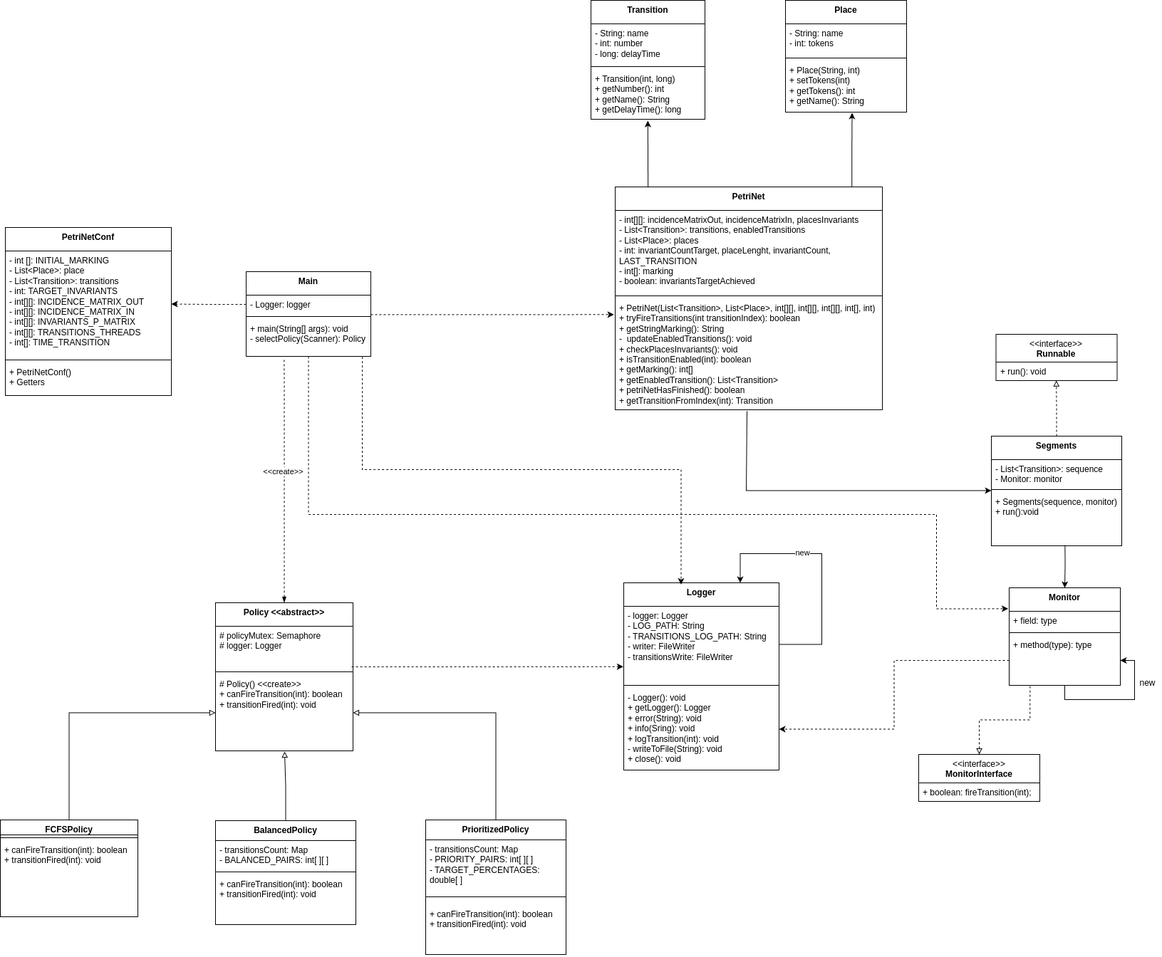
brian1062/Sistema-de-Agencia-de-Viaje-Concurrente keeps this draw.io diagram as images/class_diagram.png. Above is the earlier version. Source tidied: cells renumbered, new cells last; positions are measured from the earlier drawing's top-left corner, leaving out a move shared by most shapes.
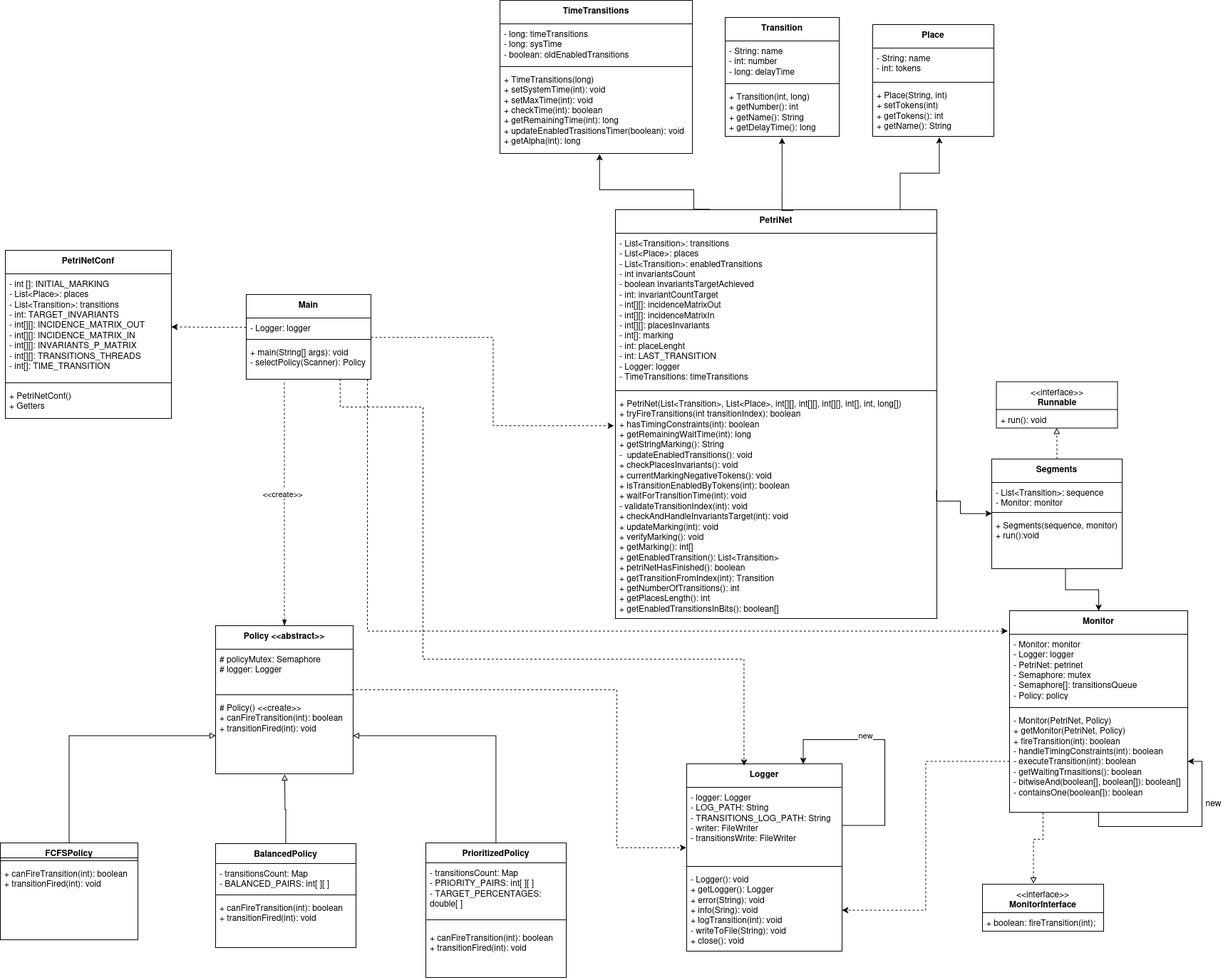
After the commit.

Diff of the diagram source:
```diff
@@ -5,3 +5,3 @@
     <mxCell id="2" value="&lt;div&gt;Logger&lt;/div&gt;&lt;div&gt;&lt;br&gt;&lt;/div&gt;" style="swimlane;fontStyle=1;align=center;verticalAlign=top;horizontal=1;startSize=33;whiteSpace=wrap;html=1;" parent="1" vertex="1">
-      <mxGeometry x="875" y="818" width="218" height="263" as="geometry" />
+      <mxGeometry x="963" y="1040" width="218" height="263" as="geometry" />
     </mxCell>
@@ -10,5 +10,5 @@
         <Array as="points">
-          <mxPoint x="278" y="87" />
-          <mxPoint x="278" y="-41" />
-          <mxPoint x="164" y="-41" />
+          <mxPoint x="278" y="86" />
+          <mxPoint x="278" y="-34" />
+          <mxPoint x="163" y="-34" />
         </Array>
@@ -31,12 +31,12 @@
     <mxCell id="8" value="Monitor" style="swimlane;fontStyle=1;align=center;verticalAlign=top;horizontal=1;startSize=33;whiteSpace=wrap;html=1;" parent="1" vertex="1">
-      <mxGeometry x="1416" y="825" width="156" height="137" as="geometry" />
+      <mxGeometry x="1416" y="825" width="250" height="283" as="geometry" />
     </mxCell>
-    <mxCell id="9" value="+ field: type" style="text;strokeColor=none;fillColor=none;align=left;verticalAlign=top;spacingLeft=4;spacingRight=4;overflow=hidden;points=[[0,0.5],[1,0.5]];portConstraint=eastwest;whiteSpace=wrap;html=1;" parent="8" vertex="1">
-      <mxGeometry y="33" width="156" height="26" as="geometry" />
+    <mxCell id="9" value="- Monitor: monitor&lt;br&gt;- Logger: logger&lt;br&gt;- PetriNet: petrinet&lt;br&gt;- Semaphore: mutex&lt;br&gt;- Semaphore[]: transitionsQueue&lt;br&gt;- Policy: policy" style="text;strokeColor=none;fillColor=none;align=left;verticalAlign=top;spacingLeft=4;spacingRight=4;overflow=hidden;points=[[0,0.5],[1,0.5]];portConstraint=eastwest;whiteSpace=wrap;html=1;" parent="8" vertex="1">
+      <mxGeometry y="33" width="250" height="99" as="geometry" />
     </mxCell>
     <mxCell id="10" style="line;strokeWidth=1;fillColor=none;align=left;verticalAlign=middle;spacingTop=-1;spacingLeft=3;spacingRight=3;labelPosition=right;strokeColor=inherit;" parent="8" vertex="1">
-      <mxGeometry y="59" width="156" height="8" as="geometry" />
+      <mxGeometry y="132" width="250" height="8" as="geometry" />
     </mxCell>
-    <mxCell id="11" value="&lt;div&gt;+ method(type): type&lt;/div&gt;&lt;div&gt;&lt;br&gt;&lt;/div&gt;&lt;div&gt;&lt;br&gt;&lt;/div&gt;" style="text;strokeColor=none;fillColor=none;align=left;verticalAlign=top;spacingLeft=4;spacingRight=4;overflow=hidden;points=[[0,0.5],[1,0.5]];portConstraint=eastwest;whiteSpace=wrap;html=1;" parent="8" vertex="1">
-      <mxGeometry y="67" width="156" height="70" as="geometry" />
+    <mxCell id="11" value="&lt;div&gt;- Monitor(PetriNet, Policy)&lt;br&gt;+ getMonitor(PetriNet, Policy)&lt;br&gt;+ fireTransition(int): boolean&lt;/div&gt;&lt;div&gt;- handleTimingConstraints(int): boolean&lt;/div&gt;&lt;div&gt;- executeTransition(int): boolean&lt;br&gt;- getWaitingTrnasitions(): boolean&lt;br&gt;- bitwiseAnd(boolean[], boolean[]): boolean[]&lt;br&gt;- containsOne(boolean[]): boolean&lt;/div&gt;" style="text;strokeColor=none;fillColor=none;align=left;verticalAlign=top;spacingLeft=4;spacingRight=4;overflow=hidden;points=[[0,0.5],[1,0.5]];portConstraint=eastwest;whiteSpace=wrap;html=1;" parent="8" vertex="1">
+      <mxGeometry y="140" width="250" height="143" as="geometry" />
     </mxCell>
@@ -49,15 +49,15 @@
     <mxCell id="14" value="PetriNet" style="swimlane;fontStyle=1;align=center;verticalAlign=top;horizontal=1;startSize=33;whiteSpace=wrap;html=1;" parent="1" vertex="1">
-      <mxGeometry x="863" y="262" width="375" height="313" as="geometry" />
+      <mxGeometry x="863" y="262" width="451" height="574" as="geometry" />
     </mxCell>
-    <mxCell id="15" value="&lt;div&gt;-  int[][]: incidenceMatrixOut, incidenceMatrixIn, placesInvariants&lt;/div&gt;&lt;div&gt;- List&amp;lt;Transition&amp;gt;: transitions, enabledTransitions&lt;/div&gt;&lt;div&gt;- List&amp;lt;Place&amp;gt;: places&lt;/div&gt;&lt;div&gt;- int: invariantCountTarget, placeLenght, invariantCount, LAST_TRANSITION&lt;/div&gt;&lt;div&gt;- int[]: marking&lt;/div&gt;&lt;div&gt;- boolean: invariantsTargetAchieved&lt;/div&gt;&lt;div&gt;&lt;br&gt;&lt;/div&gt;" style="text;strokeColor=none;fillColor=none;align=left;verticalAlign=top;spacingLeft=4;spacingRight=4;overflow=hidden;whiteSpace=wrap;html=1;" parent="14" vertex="1">
-      <mxGeometry y="33" width="375" height="116" as="geometry" />
+    <mxCell id="15" value="&lt;div&gt;- List&amp;lt;Transition&amp;gt;: transitions&lt;br&gt;- List&amp;lt;Place&amp;gt;: places&lt;/div&gt;&lt;div&gt;- List&amp;lt;Transition&amp;gt;: enabledTransitions&lt;br&gt;- int invariantsCount&lt;br&gt;- boolean invariantsTargetAchieved&lt;/div&gt;&lt;div&gt;- int: invariantCountTarget&lt;br&gt;- int[][]: incidenceMatrixOut&lt;br&gt;- int[][]: incidenceMatrixIn&lt;br&gt;- int[][]: placesInvariants&lt;/div&gt;&lt;div&gt;- int[]: marking&lt;br&gt;- int: placeLenght&lt;br&gt;- int: LAST_TRANSITION&lt;/div&gt;&lt;div&gt;- Logger: logger&lt;br&gt;- TimeTransitions: timeTransitions&lt;/div&gt;&lt;div&gt;&lt;br&gt;&lt;/div&gt;" style="text;strokeColor=none;fillColor=none;align=left;verticalAlign=top;spacingLeft=4;spacingRight=4;overflow=hidden;whiteSpace=wrap;html=1;" parent="14" vertex="1">
+      <mxGeometry y="33" width="451" height="217" as="geometry" />
     </mxCell>
     <mxCell id="16" style="line;strokeWidth=1;fillColor=none;align=left;verticalAlign=middle;spacingTop=-1;spacingLeft=3;spacingRight=3;labelPosition=right;strokeColor=inherit;" parent="14" vertex="1">
-      <mxGeometry y="149" width="375" height="8" as="geometry" />
+      <mxGeometry y="250" width="451" height="8" as="geometry" />
     </mxCell>
-    <mxCell id="17" value="&lt;div&gt;+ PetriNet(List&amp;lt;Transition&amp;gt;, List&amp;lt;Place&amp;gt;, int[][], int[][], int[][], int[], int)&lt;/div&gt;&lt;div&gt;+ tryFireTransitions(int transitionIndex): boolean&lt;/div&gt;&lt;div&gt;+ getStringMarking(): String&lt;/div&gt;&lt;div&gt;-&amp;nbsp; updateEnabledTransitions(): void&lt;/div&gt;&lt;div&gt;+ checkPlacesInvariants(): void&lt;/div&gt;&lt;div&gt;+ isTransitionEnabled(int): boolean&lt;/div&gt;&lt;div&gt;+ getMarking(): int[]&lt;/div&gt;&lt;div&gt;+ getEnabledTransition(): List&amp;lt;Transition&amp;gt;&lt;/div&gt;&lt;div&gt;+ petriNetHasFinished(): boolean&lt;/div&gt;&lt;div&gt;+ getTransitionFromIndex(int): Transition&lt;/div&gt;&lt;div&gt;&lt;br&gt;&lt;/div&gt;" style="text;strokeColor=none;fillColor=none;align=left;verticalAlign=top;spacingLeft=4;spacingRight=4;overflow=hidden;points=[[0,0.5],[1,0.5]];portConstraint=eastwest;whiteSpace=wrap;html=1;" parent="14" vertex="1">
-      <mxGeometry y="157" width="375" height="156" as="geometry" />
+    <mxCell id="17" value="&lt;div&gt;+ PetriNet(List&amp;lt;Transition&amp;gt;, List&amp;lt;Place&amp;gt;, int[][], int[][], int[][], int[], int, long[])&lt;/div&gt;&lt;div&gt;+ tryFireTransitions(int transitionIndex): boolean&lt;/div&gt;&lt;div&gt;+ hasTimingConstraints(int): boolean&lt;/div&gt;&lt;div&gt;+ getRemainingWaitTime(int): long&lt;/div&gt;&lt;div&gt;+ getStringMarking(): String&lt;/div&gt;&lt;div&gt;-&amp;nbsp; updateEnabledTransitions(): void&lt;/div&gt;&lt;div&gt;+ checkPlacesInvariants(): void&lt;br&gt;+ currentMarkingNegativeTokens(): void&lt;/div&gt;&lt;div&gt;+ isTransitionEnabledByTokens(int): boolean&lt;br&gt;+ waitForTransitionTime(int): void&lt;br&gt;- validateTransitionIndex(int): void&lt;br&gt;+ checkAndHandleInvariantsTarget(int): void&lt;br&gt;+ updateMarking(int): void&lt;br&gt;+ verifyMarking(): void&lt;/div&gt;&lt;div&gt;+ getMarking(): int[]&lt;/div&gt;&lt;div&gt;+ getEnabledTransition(): List&amp;lt;Transition&amp;gt;&lt;/div&gt;&lt;div&gt;+ petriNetHasFinished(): boolean&lt;/div&gt;&lt;div&gt;+ getTransitionFromIndex(int): Transition&lt;br&gt;+ getNumberOfTransitions(): int&lt;br&gt;+ getPlacesLength(): int&lt;br&gt;+ getEnabledTransitionsInBits(): boolean[]&lt;/div&gt;&lt;div&gt;&lt;br&gt;&lt;/div&gt;" style="text;strokeColor=none;fillColor=none;align=left;verticalAlign=top;spacingLeft=4;spacingRight=4;overflow=hidden;points=[[0,0.5],[1,0.5]];portConstraint=eastwest;whiteSpace=wrap;html=1;" parent="14" vertex="1">
+      <mxGeometry y="258" width="451" height="316" as="geometry" />
     </mxCell>
     <mxCell id="18" value="&lt;div&gt;&lt;span style=&quot;font-weight: normal;&quot;&gt;&amp;lt;&amp;lt;interface&amp;gt;&amp;gt;&lt;/span&gt;&lt;/div&gt;&lt;div&gt;MonitorInterface&lt;br&gt;&lt;/div&gt;" style="swimlane;fontStyle=1;align=center;verticalAlign=top;horizontal=1;startSize=40;whiteSpace=wrap;html=1;" parent="1" vertex="1">
-      <mxGeometry x="1289" y="1059" width="170" height="66" as="geometry" />
+      <mxGeometry x="1378" y="1209" width="170" height="66" as="geometry" />
     </mxCell>
@@ -67,3 +67,3 @@
     <mxCell id="20" value="Transition" style="swimlane;fontStyle=1;align=center;verticalAlign=top;horizontal=1;startSize=33;whiteSpace=wrap;html=1;" parent="1" vertex="1">
-      <mxGeometry x="829" width="160" height="167" as="geometry" />
+      <mxGeometry x="1017" y="-8" width="160" height="167" as="geometry" />
     </mxCell>
@@ -79,3 +79,3 @@
     <mxCell id="24" value="Place" style="swimlane;fontStyle=1;align=center;verticalAlign=top;horizontal=1;startSize=33;whiteSpace=wrap;html=1;" parent="1" vertex="1">
-      <mxGeometry x="1102" width="170" height="157" as="geometry" />
+      <mxGeometry x="1224" y="2" width="170" height="157" as="geometry" />
     </mxCell>
@@ -105,7 +105,6 @@
     </mxCell>
-    <mxCell id="33" style="edgeStyle=orthogonalEdgeStyle;rounded=0;jettySize=auto;html=1;entryX=0.499;entryY=1.029;entryDx=0;entryDy=0;entryPerimeter=0;exitX=0.123;exitY=0.002;exitDx=0;exitDy=0;exitPerimeter=0;" parent="1" edge="1" source="14" target="23">
+    <mxCell id="33" style="edgeStyle=orthogonalEdgeStyle;rounded=0;jettySize=auto;html=1;entryX=0.499;entryY=1.029;entryDx=0;entryDy=0;entryPerimeter=0;exitX=0.553;exitY=0.002;exitDx=0;exitDy=0;exitPerimeter=0;" parent="1" edge="1" source="14" target="23">
       <mxGeometry relative="1" as="geometry">
         <Array as="points">
-          <mxPoint x="909" y="261" />
-          <mxPoint x="909" y="261" />
+          <mxPoint x="1097" y="263" />
         </Array>
@@ -131,3 +130,3 @@
     </mxCell>
-    <mxCell id="40" value="&lt;div&gt;- int []: INITIAL_MARKING&lt;/div&gt;&lt;div&gt;- List&amp;lt;Place&amp;gt;: place&lt;/div&gt;&lt;div&gt;- List&amp;lt;Transition&amp;gt;: transitions&lt;/div&gt;&lt;div&gt;- int: TARGET_INVARIANTS&lt;/div&gt;&lt;div&gt;- int[][]: INCIDENCE_MATRIX_OUT&lt;/div&gt;&lt;div&gt;- int[][]: INCIDENCE_MATRIX_IN&lt;/div&gt;&lt;div&gt;- int[][]: INVARIANTS_P_MATRIX&lt;/div&gt;&lt;div&gt;- int[][]: TRANSITIONS_THREADS&lt;/div&gt;&lt;div&gt;- int[]: TIME_TRANSITION&lt;/div&gt;&lt;div&gt;&lt;br&gt;&lt;/div&gt;" style="text;strokeColor=none;fillColor=none;align=left;verticalAlign=top;spacingLeft=4;spacingRight=4;overflow=hidden;points=[[0,0.5],[1,0.5]];portConstraint=eastwest;whiteSpace=wrap;html=1;" parent="39" vertex="1">
+    <mxCell id="40" value="&lt;div&gt;- int []: INITIAL_MARKING&lt;/div&gt;&lt;div&gt;- List&amp;lt;Place&amp;gt;: places&lt;/div&gt;&lt;div&gt;- List&amp;lt;Transition&amp;gt;: transitions&lt;/div&gt;&lt;div&gt;- int: TARGET_INVARIANTS&lt;/div&gt;&lt;div&gt;- int[][]: INCIDENCE_MATRIX_OUT&lt;/div&gt;&lt;div&gt;- int[][]: INCIDENCE_MATRIX_IN&lt;/div&gt;&lt;div&gt;- int[][]: INVARIANTS_P_MATRIX&lt;/div&gt;&lt;div&gt;- int[][]: TRANSITIONS_THREADS&lt;/div&gt;&lt;div&gt;- int[]: TIME_TRANSITION&lt;/div&gt;&lt;div&gt;&lt;br&gt;&lt;/div&gt;" style="text;strokeColor=none;fillColor=none;align=left;verticalAlign=top;spacingLeft=4;spacingRight=4;overflow=hidden;points=[[0,0.5],[1,0.5]];portConstraint=eastwest;whiteSpace=wrap;html=1;" parent="39" vertex="1">
       <mxGeometry y="33" width="233" height="149" as="geometry" />
@@ -153,3 +152,3 @@
     <mxCell id="47" value="&lt;div&gt;&lt;span style=&quot;font-weight: normal;&quot;&gt;&amp;lt;&amp;lt;interface&amp;gt;&amp;gt;&lt;/span&gt;&lt;/div&gt;&lt;div&gt;Runnable&lt;/div&gt;" style="swimlane;fontStyle=1;align=center;verticalAlign=top;horizontal=1;startSize=39;whiteSpace=wrap;html=1;" parent="1" vertex="1">
-      <mxGeometry x="1397.5" y="469" width="170" height="65" as="geometry" />
+      <mxGeometry x="1397.5" y="503.5" width="170" height="65" as="geometry" />
     </mxCell>
@@ -158,7 +157,7 @@
     </mxCell>
-    <mxCell id="49" style="edgeStyle=orthogonalEdgeStyle;rounded=0;jettySize=auto;html=1;entryX=0;entryY=-0.033;entryDx=0;entryDy=0;entryPerimeter=0;" parent="1" edge="1" target="38">
+    <mxCell id="49" style="edgeStyle=orthogonalEdgeStyle;rounded=0;jettySize=auto;html=1;entryX=0;entryY=-0.033;entryDx=0;entryDy=0;entryPerimeter=0;exitX=0.999;exitY=0.43;exitDx=0;exitDy=0;exitPerimeter=0;" parent="1" edge="1" source="17" target="38">
       <mxGeometry relative="1" as="geometry">
-        <mxPoint x="1048" y="577" as="sourcePoint" />
         <Array as="points">
-          <mxPoint x="1047" y="689" />
+          <mxPoint x="1347" y="671" />
+          <mxPoint x="1347" y="688" />
         </Array>
@@ -230,6 +229,11 @@
     <mxCell id="68" value="new" style="text;html=1;align=center;verticalAlign=middle;strokeColor=none;fillColor=none;" parent="1" vertex="1">
-      <mxGeometry x="1590" y="946" width="40" height="26" as="geometry" />
+      <mxGeometry x="1682" y="1082" width="40" height="26" as="geometry" />
     </mxCell>
     <mxCell id="69" style="edgeStyle=orthogonalEdgeStyle;rounded=0;jettySize=auto;html=1;entryX=-0.003;entryY=0.792;entryDx=0;entryDy=0;dashed=1;exitX=0.99;exitY=0.95;exitDx=0;exitDy=0;exitPerimeter=0;entryPerimeter=0;" parent="1" edge="1" source="44" target="5">
-      <mxGeometry relative="1" as="geometry" />
+      <mxGeometry relative="1" as="geometry">
+        <Array as="points">
+          <mxPoint x="865" y="936" />
+          <mxPoint x="865" y="1158" />
+        </Array>
+      </mxGeometry>
     </mxCell>
@@ -238,7 +242,9 @@
     </mxCell>
-    <mxCell id="71" style="edgeStyle=orthogonalEdgeStyle;rounded=0;jettySize=auto;html=1;entryX=0.369;entryY=0.009;entryDx=0;entryDy=0;entryPerimeter=0;dashed=1;exitX=0.932;exitY=1.011;exitDx=0;exitDy=0;exitPerimeter=0;" parent="1" edge="1" source="31" target="2">
+    <mxCell id="71" style="edgeStyle=orthogonalEdgeStyle;rounded=0;jettySize=auto;html=1;entryX=0.369;entryY=0.009;entryDx=0;entryDy=0;entryPerimeter=0;dashed=1;exitX=0.753;exitY=0.993;exitDx=0;exitDy=0;exitPerimeter=0;" parent="1" edge="1" source="31" target="2">
       <mxGeometry relative="1" as="geometry">
         <Array as="points">
-          <mxPoint x="508" y="659" />
-          <mxPoint x="955" y="659" />
+          <mxPoint x="477" y="539" />
+          <mxPoint x="593" y="539" />
+          <mxPoint x="593" y="893" />
+          <mxPoint x="1043" y="893" />
         </Array>
@@ -246,11 +252,14 @@
     </mxCell>
-    <mxCell id="72" style="edgeStyle=orthogonalEdgeStyle;rounded=0;jettySize=auto;html=1;entryX=0.188;entryY=0.99;entryDx=0;entryDy=0;entryPerimeter=0;endArrow=none;startFill=0;startArrow=block;dashed=1;" parent="1" edge="1" source="18" target="11">
-      <mxGeometry relative="1" as="geometry" />
+    <mxCell id="72" style="edgeStyle=orthogonalEdgeStyle;rounded=0;jettySize=auto;html=1;entryX=0.188;entryY=0.99;entryDx=0;entryDy=0;entryPerimeter=0;endArrow=none;startFill=0;startArrow=block;dashed=1;exitX=0.421;exitY=-0.015;exitDx=0;exitDy=0;exitPerimeter=0;" parent="1" edge="1" source="18" target="11">
+      <mxGeometry relative="1" as="geometry">
+        <Array as="points">
+          <mxPoint x="1450" y="1146" />
+          <mxPoint x="1463" y="1146" />
+        </Array>
+      </mxGeometry>
     </mxCell>
-    <mxCell id="73" style="edgeStyle=orthogonalEdgeStyle;rounded=0;jettySize=auto;html=1;entryX=-0.009;entryY=-0.138;entryDx=0;entryDy=0;entryPerimeter=0;dashed=1;" parent="1" edge="1" source="31" target="9">
+    <mxCell id="73" style="edgeStyle=orthogonalEdgeStyle;rounded=0;jettySize=auto;html=1;dashed=1;entryX=-0.011;entryY=0.101;entryDx=0;entryDy=0;entryPerimeter=0;" parent="1" edge="1" source="31" target="8">
       <mxGeometry relative="1" as="geometry">
         <Array as="points">
-          <mxPoint x="433" y="722" />
-          <mxPoint x="1314" y="722" />
-          <mxPoint x="1314" y="854" />
+          <mxPoint x="515" y="854" />
         </Array>
@@ -258,2 +267,22 @@
     </mxCell>
+    <mxCell id="74" value="TimeTransitions" style="swimlane;fontStyle=1;align=center;verticalAlign=top;horizontal=1;startSize=33;whiteSpace=wrap;html=1;" parent="1" vertex="1">
+      <mxGeometry x="701" y="-32" width="270" height="215" as="geometry" />
+    </mxCell>
+    <mxCell id="75" value="&lt;div&gt;- long: timeTransitions&lt;/div&gt;&lt;div&gt;- long: sysTime&lt;/div&gt;&lt;div&gt;- boolean: oldEnabledTransitions&lt;/div&gt;" style="text;strokeColor=none;fillColor=none;align=left;verticalAlign=top;spacingLeft=4;spacingRight=4;overflow=hidden;whiteSpace=wrap;html=1;" parent="74" vertex="1">
+      <mxGeometry y="33" width="270" height="56" as="geometry" />
+    </mxCell>
+    <mxCell id="76" style="line;strokeWidth=1;fillColor=none;align=left;verticalAlign=middle;spacingTop=-1;spacingLeft=3;spacingRight=3;labelPosition=right;strokeColor=inherit;" parent="74" vertex="1">
+      <mxGeometry y="89" width="270" height="8" as="geometry" />
+    </mxCell>
+    <mxCell id="77" value="&lt;div&gt;+ TimeTransitions(long)&lt;br&gt;&lt;span style=&quot;background-color: transparent; color: light-dark(rgb(0, 0, 0), rgb(255, 255, 255));&quot;&gt;+ setSystemTime(int): void&lt;/span&gt;&lt;/div&gt;&lt;div&gt;+ setMaxTime(int): void&lt;/div&gt;&lt;div&gt;+ checkTime(int): boolean&lt;br&gt;+ getRemainingTime(int): long&lt;br&gt;+ updateEnabledTrasitionsTimer(boolean): void&lt;br&gt;+ getAlpha(int): long&lt;/div&gt;&lt;div&gt;&lt;br&gt;&lt;/div&gt;" style="text;strokeColor=none;fillColor=none;align=left;verticalAlign=top;spacingLeft=4;spacingRight=4;overflow=hidden;points=[[0,0.5],[1,0.5]];portConstraint=eastwest;whiteSpace=wrap;html=1;" parent="74" vertex="1">
+      <mxGeometry y="97" width="270" height="118" as="geometry" />
+    </mxCell>
+    <mxCell id="78" style="edgeStyle=orthogonalEdgeStyle;rounded=0;jettySize=auto;html=1;entryX=0.518;entryY=1.008;entryDx=0;entryDy=0;entryPerimeter=0;exitX=0.293;exitY=-0.001;exitDx=0;exitDy=0;exitPerimeter=0;" parent="1" edge="1" source="14" target="77">
+      <mxGeometry relative="1" as="geometry">
+        <Array as="points">
+          <mxPoint x="973" y="234" />
+          <mxPoint x="841" y="234" />
+        </Array>
+      </mxGeometry>
+    </mxCell>
   </root>
```
